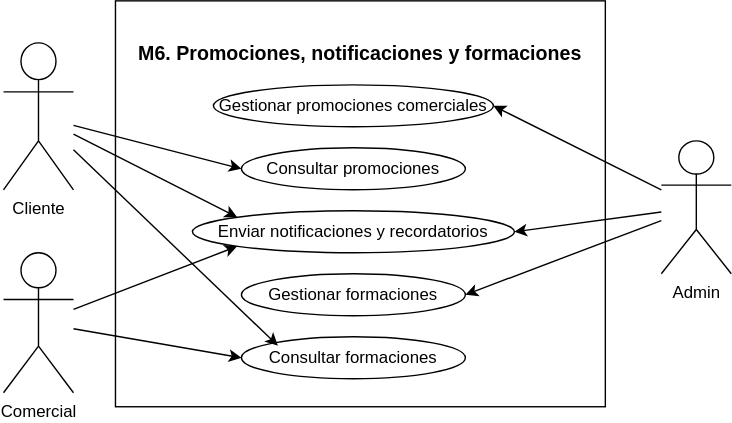
The draw.io diagram docs/docs/figures/UML/CasosDeUso/M6_CasosDeUso.svg in MadaoSurmanito/app-tfg, before a commit. Source tidied: cells renumbered, new cells last; positions are measured from the earlier drawing's top-left corner, leaving out a move shared by most shapes.
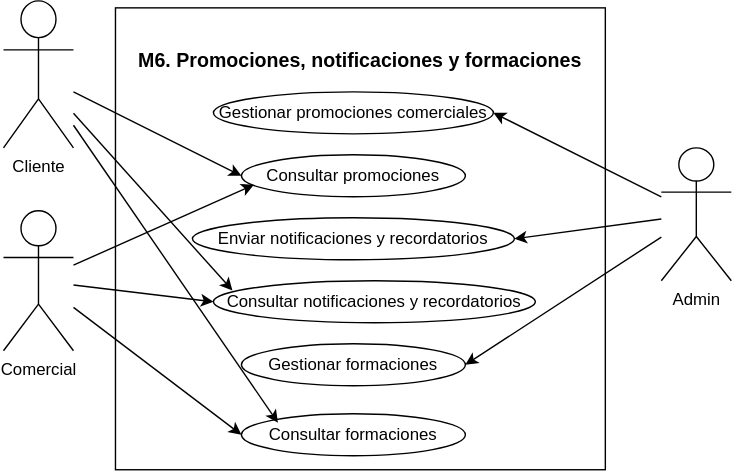
The same diagram one commit later.

Diff of the diagram source:
```diff
@@ -3,13 +3,16 @@
     <mxCell id="0" />
     <mxCell id="1" parent="0" />
     <mxCell id="2" value="&lt;h1&gt;&lt;font style=&quot;font-size: 14px;&quot;&gt;M6. Promociones, notificaciones y formaciones&lt;/font&gt;&lt;/h1&gt;" style="rounded=0;whiteSpace=wrap;html=1;verticalAlign=top;spacing=0;labelPosition=center;verticalLabelPosition=middle;align=center;" parent="1" vertex="1">
-      <mxGeometry x="80" width="350" height="290" as="geometry" />
+      <mxGeometry x="80" width="350" height="330" as="geometry" />
     </mxCell>
+    <mxCell id="19" style="edgeStyle=none;html=1;entryX=0.056;entryY=0.712;entryDx=0;entryDy=0;entryPerimeter=0;" parent="1" edge="1" source="3" target="7">
+      <mxGeometry relative="1" as="geometry" />
+    </mxCell>
     <mxCell id="3" value="Comercial" style="shape=umlActor;verticalLabelPosition=bottom;verticalAlign=top;html=1;outlineConnect=0;" parent="1" vertex="1">
-      <mxGeometry y="180" width="50" height="100" as="geometry" />
+      <mxGeometry y="145" width="50" height="100" as="geometry" />
     </mxCell>
     <mxCell id="4" value="Cliente" style="shape=umlActor;verticalLabelPosition=bottom;verticalAlign=top;html=1;outlineConnect=0;" parent="1" vertex="1">
-      <mxGeometry y="30" width="50" height="105" as="geometry" />
+      <mxGeometry y="-5" width="50" height="105" as="geometry" />
     </mxCell>
     <mxCell id="5" value="Admin" style="shape=umlActor;verticalLabelPosition=bottom;verticalAlign=top;html=1;outlineConnect=0;" parent="1" vertex="1">
       <mxGeometry x="470" y="100" width="50" height="95" as="geometry" />
@@ -24,12 +27,12 @@
       <mxGeometry x="135" y="150" width="230" height="30" as="geometry" />
     </mxCell>
     <mxCell id="9" value="Gestionar formaciones" style="ellipse;whiteSpace=wrap;html=1;" parent="1" vertex="1">
-      <mxGeometry x="170" y="195" width="160" height="30" as="geometry" />
+      <mxGeometry x="170" y="240" width="160" height="30" as="geometry" />
     </mxCell>
     <mxCell id="10" value="Consultar formaciones" style="ellipse;whiteSpace=wrap;html=1;" parent="1" vertex="1">
-      <mxGeometry x="170" y="240" width="160" height="30" as="geometry" />
+      <mxGeometry x="170" y="290" width="160" height="30" as="geometry" />
     </mxCell>
-    <mxCell id="11" style="edgeStyle=none;html=1;entryX=0;entryY=1;entryDx=0;entryDy=0;" parent="1" edge="1" source="3" target="8">
+    <mxCell id="11" style="edgeStyle=none;html=1;entryX=0;entryY=0.5;entryDx=0;entryDy=0;" parent="1" edge="1" source="3" target="20">
       <mxGeometry relative="1" as="geometry" />
     </mxCell>
     <mxCell id="12" style="edgeStyle=none;html=1;entryX=0;entryY=0.5;entryDx=0;entryDy=0;" parent="1" edge="1" source="3" target="10">
@@ -38,7 +41,7 @@
     <mxCell id="13" style="edgeStyle=none;html=1;entryX=0;entryY=0.5;entryDx=0;entryDy=0;" parent="1" edge="1" source="4" target="7">
       <mxGeometry relative="1" as="geometry" />
     </mxCell>
-    <mxCell id="14" style="edgeStyle=none;html=1;entryX=0;entryY=0;entryDx=0;entryDy=0;" parent="1" edge="1" source="4" target="8">
+    <mxCell id="14" style="edgeStyle=none;html=1;entryX=0.059;entryY=0.23;entryDx=0;entryDy=0;entryPerimeter=0;" parent="1" edge="1" source="4" target="20">
       <mxGeometry relative="1" as="geometry" />
     </mxCell>
     <mxCell id="15" style="edgeStyle=none;html=1;entryX=0.163;entryY=0.213;entryDx=0;entryDy=0;entryPerimeter=0;" parent="1" edge="1" source="4" target="10">
@@ -53,5 +56,8 @@
     <mxCell id="18" style="edgeStyle=none;html=1;entryX=1;entryY=0.5;entryDx=0;entryDy=0;" parent="1" edge="1" source="5" target="9">
       <mxGeometry relative="1" as="geometry" />
     </mxCell>
+    <mxCell id="20" value="Consultar notificaciones y recordatorios" style="ellipse;whiteSpace=wrap;html=1;" parent="1" vertex="1">
+      <mxGeometry x="150" y="195" width="230" height="30" as="geometry" />
+    </mxCell>
   </root>
 </mxGraphModel>
```
